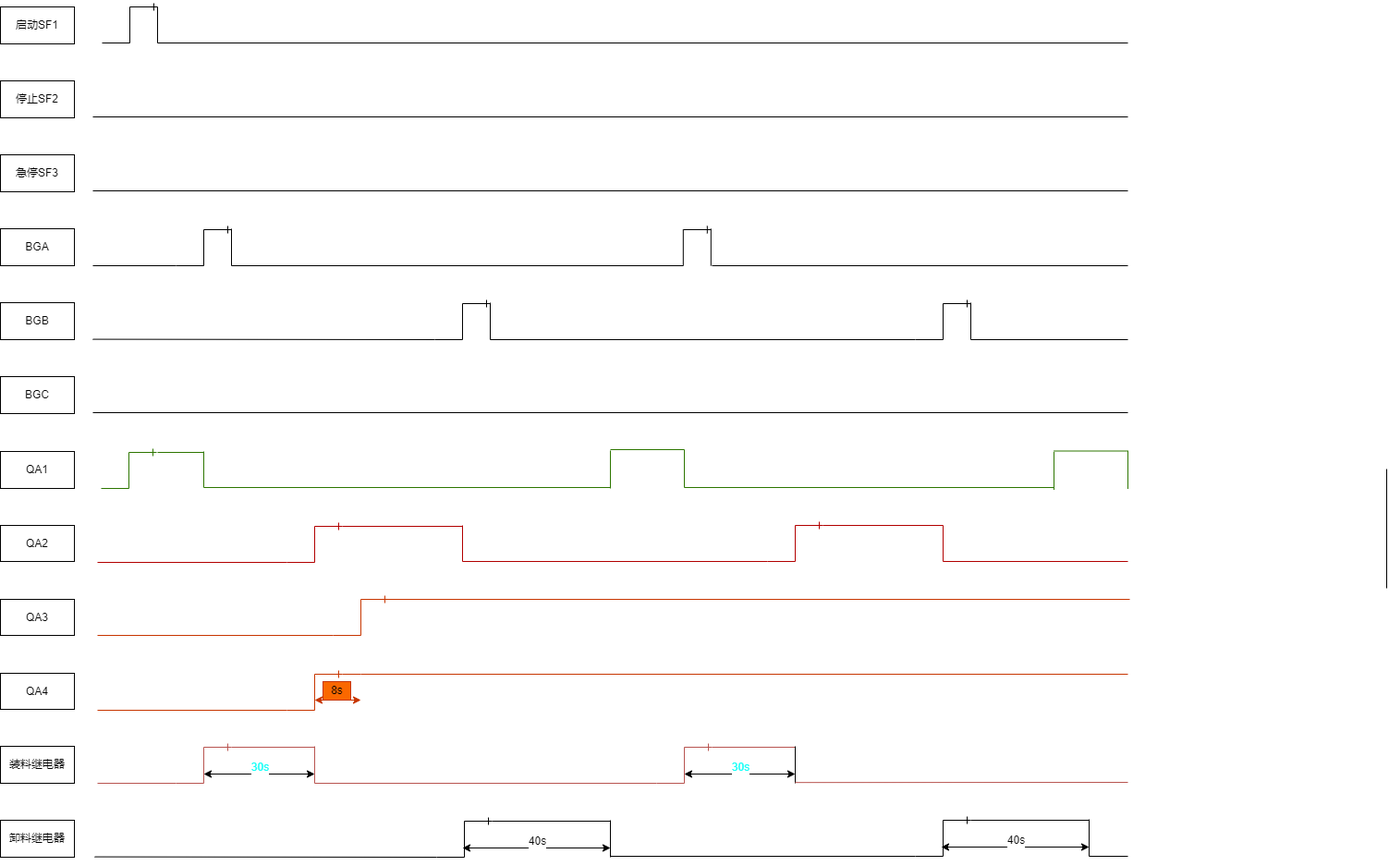
mj-allk/mjalk keeps this draw.io diagram as timedia.drawio.png. Above is the earlier version. Source tidied: cells renumbered, new cells last; positions are measured from the earlier drawing's top-left corner, leaving out a move shared by most shapes.
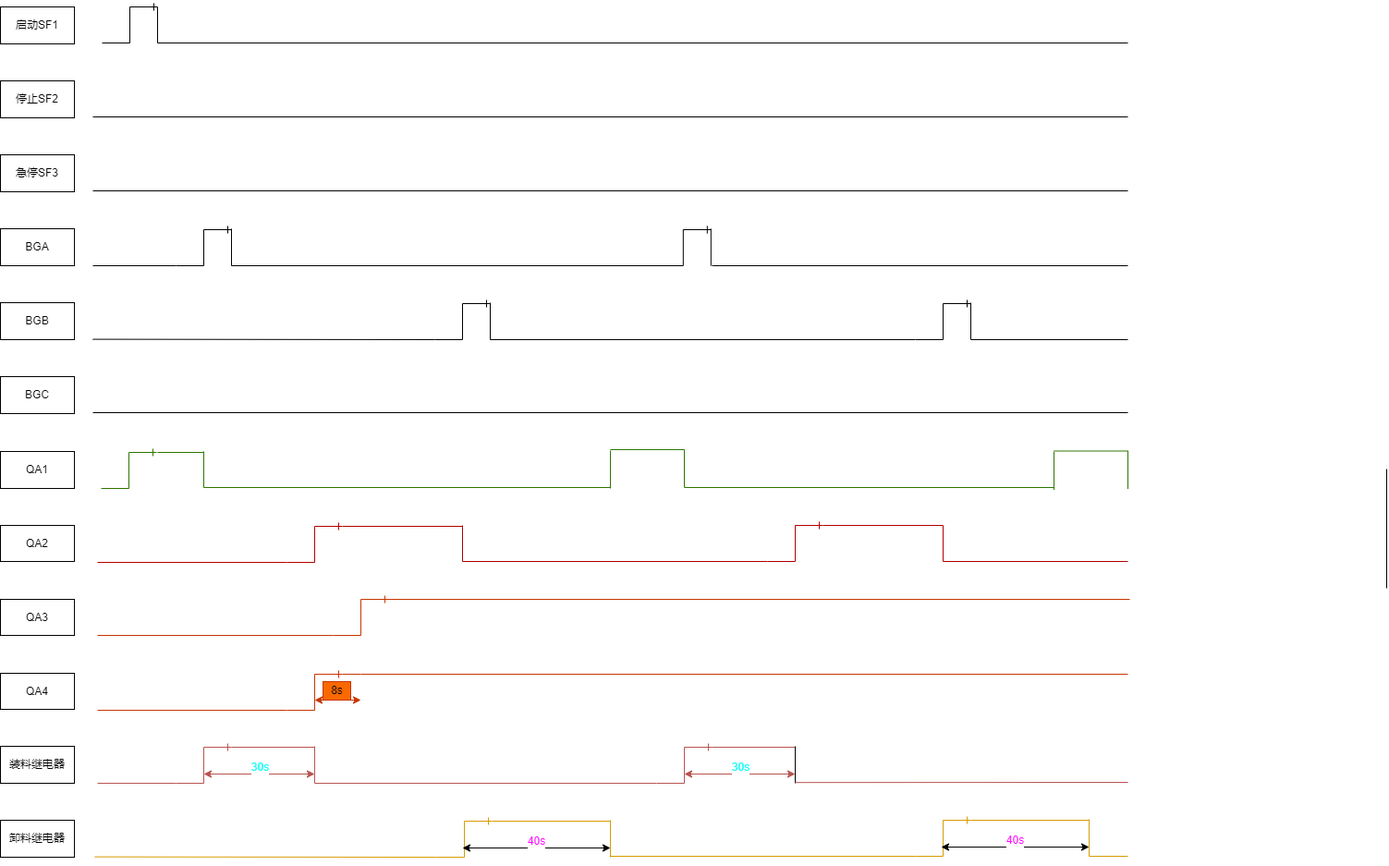
After the commit.

What changed in the source:
```diff
@@ -110,7 +110,7 @@
         <mxPoint x="340" y="801" as="targetPoint" />
       </mxGeometry>
     </mxCell>
-    <mxCell id="28" style="endArrow=classic;startArrow=classic;html=1;rounded=0;fontSize=18;fontColor=#14FFF7;" parent="1" edge="1">
+    <mxCell id="28" style="endArrow=classic;startArrow=classic;html=1;rounded=0;fontSize=18;fontColor=#14FFF7;fillColor=#f8cecc;gradientColor=#ea6b66;strokeColor=#b85450;" parent="1" edge="1">
       <mxGeometry relative="1" as="geometry">
         <mxPoint x="220" y="830" as="sourcePoint" />
         <mxPoint x="340" y="830" as="targetPoint" />
@@ -235,16 +235,16 @@
     <mxCell id="50" style="line;strokeWidth=1;dashed=0;labelPosition=right;align=left;verticalAlign=middle;spacingTop=0;spacingLeft=6;fillColor=#e51400;fontColor=#ffffff;strokeColor=#B20000;" parent="1" vertex="1">
       <mxGeometry x="500" y="595" width="330" height="10" as="geometry" />
     </mxCell>
-    <mxCell id="51" style="edgeStyle=entityRelationEdgeStyle;fontSize=12;html=1;endArrow=ERone;endFill=1;rounded=0;" parent="1" edge="1">
+    <mxCell id="51" style="edgeStyle=entityRelationEdgeStyle;fontSize=12;html=1;endArrow=ERone;endFill=1;rounded=0;fillColor=#ffcd28;strokeColor=#d79b00;gradientColor=#ffa500;" parent="1" edge="1">
       <mxGeometry relative="1" as="geometry">
         <mxPoint x="472" y="920" as="sourcePoint" />
         <mxPoint x="532" y="881" as="targetPoint" />
       </mxGeometry>
     </mxCell>
-    <mxCell id="52" style="line;strokeWidth=1;dashed=0;labelPosition=right;align=left;verticalAlign=middle;spacingTop=0;spacingLeft=6;" parent="1" vertex="1">
+    <mxCell id="52" style="line;strokeWidth=1;dashed=0;labelPosition=right;align=left;verticalAlign=middle;spacingTop=0;spacingLeft=6;fillColor=#ffcd28;gradientColor=#ffa500;strokeColor=#d79b00;" parent="1" vertex="1">
       <mxGeometry x="532" y="876" width="128" height="10" as="geometry" />
     </mxCell>
-    <mxCell id="53" style="endArrow=none;html=1;rounded=0;" parent="1" edge="1">
+    <mxCell id="53" style="endArrow=none;html=1;rounded=0;fillColor=#ffcd28;strokeColor=#d79b00;gradientColor=#ffa500;" parent="1" edge="1">
       <mxGeometry relative="1" as="geometry">
         <mxPoint x="102" y="919.6" as="sourcePoint" />
         <mxPoint x="472" y="920" as="targetPoint" />
@@ -256,18 +256,18 @@
         <mxPoint x="660" y="910" as="targetPoint" />
       </mxGeometry>
     </mxCell>
-    <mxCell id="55" value="&lt;span style=&quot;font-size: 12px&quot;&gt;40s&lt;br&gt;&lt;/span&gt;" style="edgeLabel;html=1;align=center;verticalAlign=middle;fontSize=18;" parent="54" vertex="1">
+    <mxCell id="55" value="&lt;span style=&quot;font-size: 12px&quot;&gt;40s&lt;br&gt;&lt;/span&gt;" style="edgeLabel;html=1;align=center;verticalAlign=middle;fontSize=18;fontColor=#FF00FF;" parent="54" vertex="1">
       <mxGeometry x="0.31" y="-3" relative="1" as="geometry">
         <mxPoint x="-25" y="-13" as="offset" />
       </mxGeometry>
     </mxCell>
-    <mxCell id="56" style="endArrow=none;html=1;rounded=0;" parent="1" edge="1">
+    <mxCell id="56" style="endArrow=none;html=1;rounded=0;fillColor=#ffcd28;gradientColor=#ffa500;strokeColor=#d79b00;" parent="1" edge="1">
       <mxGeometry relative="1" as="geometry">
         <mxPoint x="660" y="920" as="sourcePoint" />
         <mxPoint x="660" y="880" as="targetPoint" />
       </mxGeometry>
     </mxCell>
-    <mxCell id="57" style="line;strokeWidth=1;dashed=0;labelPosition=right;align=left;verticalAlign=middle;spacingTop=0;spacingLeft=6;" parent="1" vertex="1">
+    <mxCell id="57" style="line;strokeWidth=1;dashed=0;labelPosition=right;align=left;verticalAlign=middle;spacingTop=0;spacingLeft=6;fillColor=#ffcd28;gradientColor=#ffa500;strokeColor=#d79b00;" parent="1" vertex="1">
       <mxGeometry x="660" y="914" width="330" height="10" as="geometry" />
     </mxCell>
     <mxCell id="58" style="endArrow=none;html=1;rounded=0;fillColor=#60a917;strokeColor=#2D7600;" parent="1" edge="1">
@@ -315,7 +315,7 @@
         <mxPoint x="860" y="801" as="targetPoint" />
       </mxGeometry>
     </mxCell>
-    <mxCell id="67" style="endArrow=classic;startArrow=classic;html=1;rounded=0;fontSize=18;fontColor=#14FFF7;" parent="1" edge="1">
+    <mxCell id="67" style="endArrow=classic;startArrow=classic;html=1;rounded=0;fontSize=18;fontColor=#14FFF7;fillColor=#f8cecc;gradientColor=#ea6b66;strokeColor=#b85450;" parent="1" edge="1">
       <mxGeometry relative="1" as="geometry">
         <mxPoint x="740" y="830" as="sourcePoint" />
         <mxPoint x="860" y="830" as="targetPoint" />
@@ -368,13 +368,13 @@
         <mxPoint x="1050" y="320" as="targetPoint" />
       </mxGeometry>
     </mxCell>
-    <mxCell id="76" style="edgeStyle=entityRelationEdgeStyle;fontSize=12;html=1;endArrow=ERone;endFill=1;rounded=0;" parent="1" edge="1">
+    <mxCell id="76" style="edgeStyle=entityRelationEdgeStyle;fontSize=12;html=1;endArrow=ERone;endFill=1;rounded=0;fillColor=#ffcd28;gradientColor=#ffa500;strokeColor=#d79b00;" parent="1" edge="1">
       <mxGeometry relative="1" as="geometry">
         <mxPoint x="990" y="919" as="sourcePoint" />
         <mxPoint x="1050" y="880" as="targetPoint" />
       </mxGeometry>
     </mxCell>
-    <mxCell id="77" style="line;strokeWidth=1;dashed=0;labelPosition=right;align=left;verticalAlign=middle;spacingTop=0;spacingLeft=6;" parent="1" vertex="1">
+    <mxCell id="77" style="line;strokeWidth=1;dashed=0;labelPosition=right;align=left;verticalAlign=middle;spacingTop=0;spacingLeft=6;fillColor=#ffcd28;gradientColor=#ffa500;strokeColor=#d79b00;" parent="1" vertex="1">
       <mxGeometry x="1050" y="875" width="128" height="10" as="geometry" />
     </mxCell>
     <mxCell id="78" style="endArrow=classic;startArrow=classic;html=1;rounded=0;fontSize=18;" parent="1" edge="1">
@@ -383,12 +383,12 @@
         <mxPoint x="1178" y="909" as="targetPoint" />
       </mxGeometry>
     </mxCell>
-    <mxCell id="79" value="&lt;span style=&quot;font-size: 12px&quot;&gt;40s&lt;br&gt;&lt;/span&gt;" style="edgeLabel;html=1;align=center;verticalAlign=middle;fontSize=18;" parent="78" vertex="1">
+    <mxCell id="79" value="&lt;span style=&quot;font-size: 12px&quot;&gt;40s&lt;br&gt;&lt;/span&gt;" style="edgeLabel;html=1;align=center;verticalAlign=middle;fontSize=18;fontColor=#FF00FF;" parent="78" vertex="1">
       <mxGeometry x="0.31" y="-3" relative="1" as="geometry">
         <mxPoint x="-25" y="-13" as="offset" />
       </mxGeometry>
     </mxCell>
-    <mxCell id="80" style="endArrow=none;html=1;rounded=0;" parent="1" edge="1">
+    <mxCell id="80" style="endArrow=none;html=1;rounded=0;fillColor=#ffcd28;gradientColor=#ffa500;strokeColor=#d79b00;" parent="1" edge="1">
       <mxGeometry relative="1" as="geometry">
         <mxPoint x="1178" y="919" as="sourcePoint" />
         <mxPoint x="1178" y="879" as="targetPoint" />
@@ -400,7 +400,7 @@
     <mxCell id="82" style="line;strokeWidth=1;dashed=0;labelPosition=right;align=left;verticalAlign=middle;spacingTop=0;spacingLeft=6;" parent="1" vertex="1">
       <mxGeometry x="1050" y="355" width="170" height="10" as="geometry" />
     </mxCell>
-    <mxCell id="83" style="line;strokeWidth=1;dashed=0;labelPosition=right;align=left;verticalAlign=middle;spacingTop=0;spacingLeft=6;" parent="1" vertex="1">
+    <mxCell id="83" style="line;strokeWidth=1;dashed=0;labelPosition=right;align=left;verticalAlign=middle;spacingTop=0;spacingLeft=6;fillColor=#ffcd28;gradientColor=#ffa500;strokeColor=#d79b00;" parent="1" vertex="1">
       <mxGeometry x="1178" y="914" width="42" height="10" as="geometry" />
     </mxCell>
     <mxCell id="84" style="endArrow=none;html=1;rounded=0;fillColor=#60a917;strokeColor=#2D7600;" parent="1" edge="1">
```
